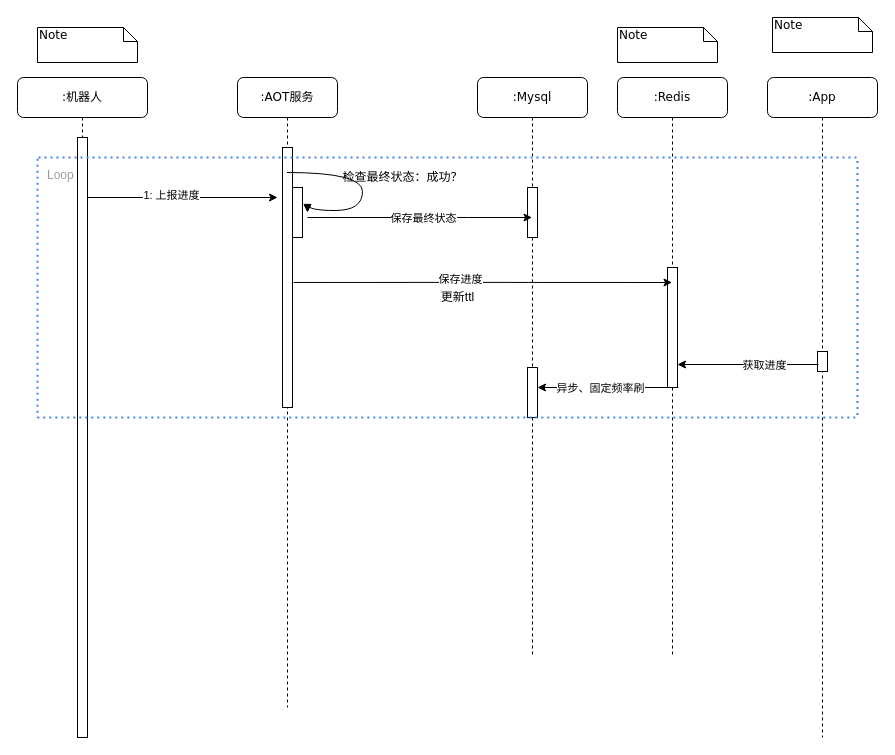
This is craft/robot_upgrade_progress_flow.drawio from feihu618/drawio, a draw.io file, before an edit. Source tidied: cells renumbered, new cells numbered last; positions are measured from the earlier drawing's top-left corner, leaving out a move shared by most shapes. Both pictures are drawn from the tidied source at 100%, with x=0, y=0 at pixel (17, 17).
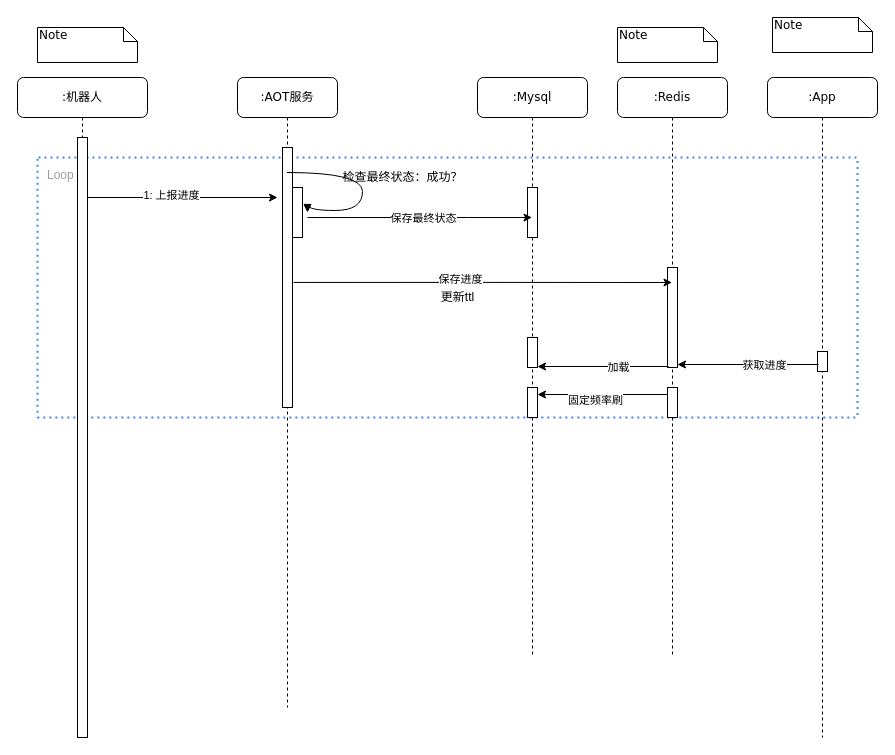
Above is the later version.

Unchanged cells that the change refers to:
```xml
<mxCell id="7" value=":Redis" style="shape=umlLifeline;perimeter=lifelinePerimeter;whiteSpace=wrap;html=1;rounded=1;shadow=0;comic=0;labelBackgroundColor=none;strokeWidth=1;fontFamily=Verdana;fontSize=12;align=center;" parent="1" vertex="1">
  <mxGeometry x="600" y="60" width="110" height="580" as="geometry" />
</mxCell>
<mxCell id="17" value=":Mysql" style="shape=umlLifeline;perimeter=lifelinePerimeter;whiteSpace=wrap;html=1;outlineConnect=0;rounded=1;shadow=0;comic=0;labelBackgroundColor=none;strokeWidth=1;fontFamily=Verdana;fontSize=12;align=center;" parent="1" vertex="1">
  <mxGeometry x="460" y="60" width="110" height="580" as="geometry" />
</mxCell>
```

Diff of the diagram source:
```diff
@@
+    <mxCell id="24" value="Loop" style="rounded=1;absoluteArcSize=1;arcSize=2;html=1;strokeColor=none;gradientColor=none;shadow=0;dashed=1;strokeColor=#4284F3;fontSize=12;fontColor=#9E9E9E;align=left;verticalAlign=top;spacing=10;spacingTop=-4;fillColor=none;dashPattern=1 2;strokeWidth=2;" parent="1" vertex="1">
+      <mxGeometry x="20" y="140" width="820" height="260" as="geometry" />
+    </mxCell>
@@
     <mxCell id="8" style="html=1;perimeter=orthogonalPerimeter;rounded=0;shadow=0;comic=0;labelBackgroundColor=none;strokeWidth=1;fontFamily=Verdana;fontSize=12;align=center;" parent="7" vertex="1">
-      <mxGeometry x="50" y="190" width="10" height="120" as="geometry" />
+      <mxGeometry x="50" y="190" width="10" height="100" as="geometry" />
     </mxCell>
+    <mxCell id="30" style="html=1;perimeter=orthogonalPerimeter;rounded=0;shadow=0;comic=0;labelBackgroundColor=none;strokeWidth=1;fontFamily=Verdana;fontSize=12;align=center;" parent="7" vertex="1">
+      <mxGeometry x="50" y="310" width="10" height="30" as="geometry" />
+    </mxCell>
@@
     <mxCell id="19" style="html=1;perimeter=orthogonalPerimeter;rounded=0;shadow=0;comic=0;labelBackgroundColor=none;strokeWidth=1;fontFamily=Verdana;fontSize=12;align=center;" parent="17" vertex="1">
-      <mxGeometry x="50" y="290" width="10" height="50" as="geometry" />
+      <mxGeometry x="50" y="310" width="10" height="30" as="geometry" />
     </mxCell>
+    <mxCell id="31" style="html=1;perimeter=orthogonalPerimeter;rounded=0;shadow=0;comic=0;labelBackgroundColor=none;strokeWidth=1;fontFamily=Verdana;fontSize=12;align=center;" parent="17" vertex="1">
+      <mxGeometry x="50" y="260" width="10" height="30" as="geometry" />
+    </mxCell>
+    <mxCell id="32" style="edgeStyle=orthogonalEdgeStyle;rounded=0;orthogonalLoop=1;jettySize=auto;html=1;fontSize=16;exitX=0.1;exitY=0.65;exitDx=0;exitDy=0;exitPerimeter=0;" parent="17" edge="1">
+      <mxGeometry relative="1" as="geometry">
+        <mxPoint x="191" y="289" as="sourcePoint" />
+        <mxPoint x="60" y="289" as="targetPoint" />
+      </mxGeometry>
+    </mxCell>
+    <mxCell id="33" value="加载" style="edgeLabel;html=1;align=center;verticalAlign=middle;" parent="32" vertex="1">
+      <mxGeometry x="-0.22" relative="1" as="geometry" />
+    </mxCell>
@@
-    <mxCell id="24" value="Loop" style="rounded=1;absoluteArcSize=1;arcSize=2;html=1;strokeColor=none;gradientColor=none;shadow=0;dashed=1;strokeColor=#4284F3;fontSize=12;fontColor=#9E9E9E;align=left;verticalAlign=top;spacing=10;spacingTop=-4;fillColor=none;dashPattern=1 2;strokeWidth=2;" parent="1" vertex="1">
-      <mxGeometry x="20" y="140" width="820" height="260" as="geometry" />
-    </mxCell>
@@
-    <mxCell id="28" style="edgeStyle=orthogonalEdgeStyle;rounded=0;orthogonalLoop=1;jettySize=auto;html=1;fontSize=16;exitX=0.1;exitY=0.65;exitDx=0;exitDy=0;exitPerimeter=0;" parent="1" edge="1">
+    <mxCell id="28" style="edgeStyle=orthogonalEdgeStyle;rounded=0;orthogonalLoop=1;jettySize=auto;html=1;fontSize=16;" parent="1" edge="1">
       <mxGeometry relative="1" as="geometry">
-        <mxPoint x="661" y="370" as="sourcePoint" />
-        <mxPoint x="520" y="370" as="targetPoint" />
+        <mxPoint x="650" y="377" as="sourcePoint" />
+        <mxPoint x="520" y="377" as="targetPoint" />
       </mxGeometry>
     </mxCell>
-    <mxCell id="29" value="异步、固定频率刷" style="edgeLabel;html=1;align=center;verticalAlign=middle;" parent="28" vertex="1">
-      <mxGeometry x="0.12" relative="1" as="geometry" />
+    <mxCell id="29" value="固定频率刷" style="edgeLabel;html=1;align=center;verticalAlign=middle;" parent="28" vertex="1">
+      <mxGeometry x="0.12" relative="1" as="geometry">
+        <mxPoint y="5" as="offset" />
+      </mxGeometry>
     </mxCell>
```
